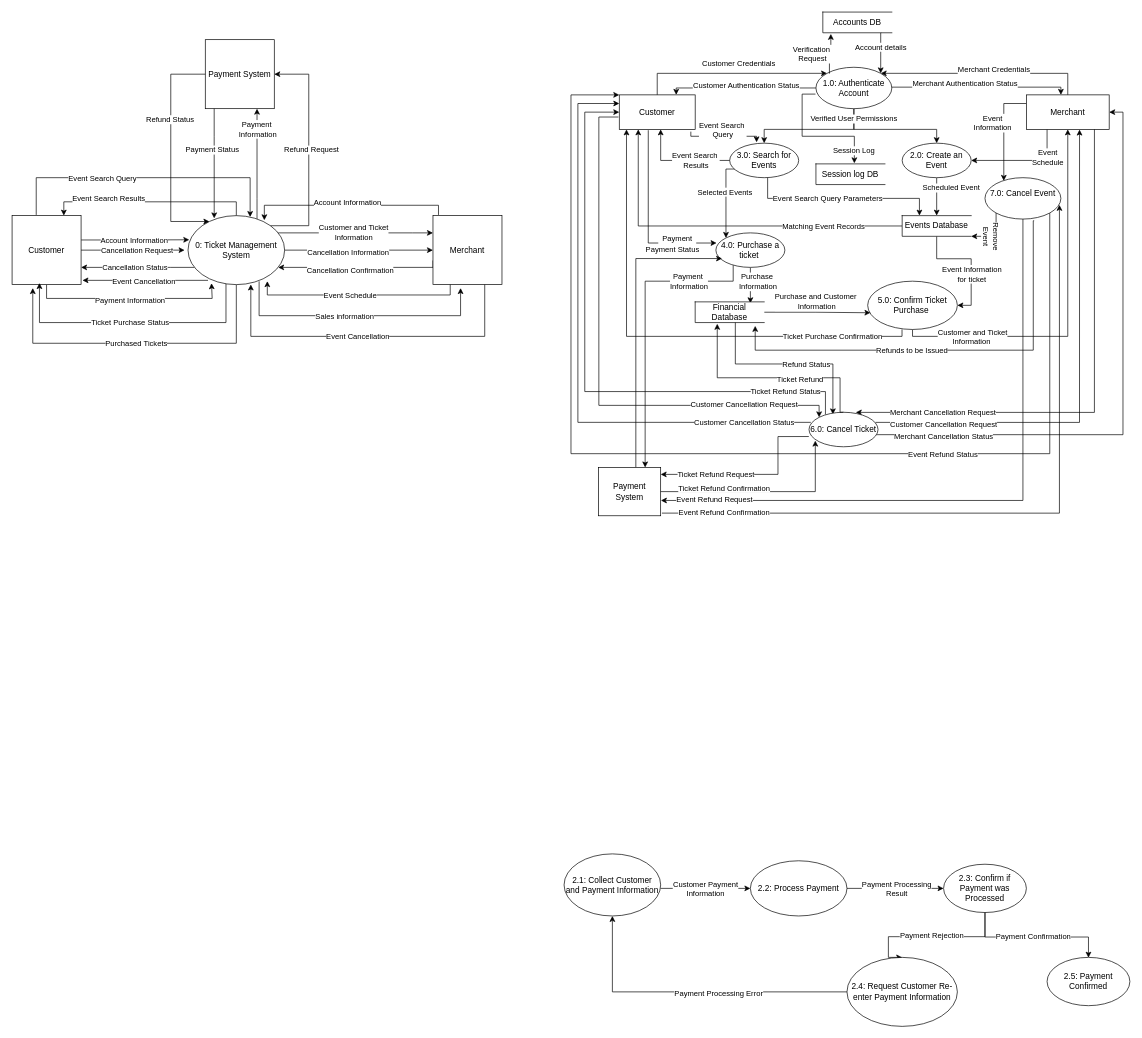
Earlier version of the draw.io diagram ITEC 630 DFD Ticket Mangement System .drawio (SteveWChang/UMGC-ITEC--630-Ticketing-System-Modeling-and-Analysis). Source tidied: cells renumbered, new cells numbered last; positions are measured from the earlier drawing's top-left corner, leaving out a move shared by most shapes. Both pictures are drawn from the tidied source at 69%, with x=0, y=0 at pixel (12, 12).
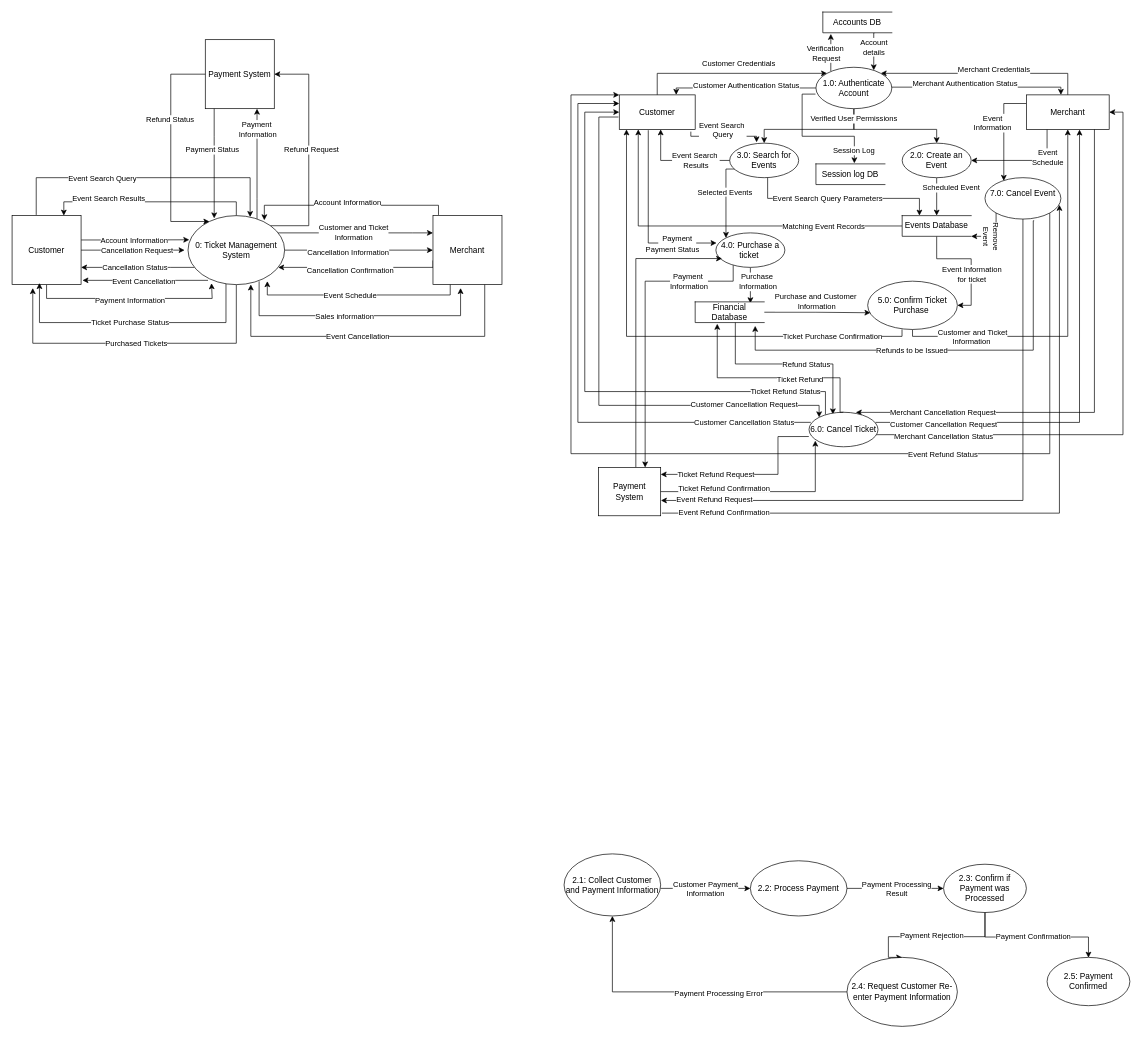
After the change.

The change refers to these unchanged cells:
```xml
<mxCell id="111" value="1.0: Authenticate Account" style="shape=ellipse;html=1;dashed=0;whiteSpace=wrap;perimeter=ellipsePerimeter;" parent="1" vertex="1">
  <mxGeometry x="1165" y="80" width="110" height="60" as="geometry" />
</mxCell>
<mxCell id="121" value="Accounts DB" style="html=1;dashed=0;whiteSpace=wrap;shape=partialRectangle;right=0;" parent="1" vertex="1">
  <mxGeometry x="1175" width="100" height="30" as="geometry" />
</mxCell>
```

The edit, as a diff of the source:
```diff
@@
-    <mxCell id="114" style="edgeStyle=orthogonalEdgeStyle;rounded=0;jettySize=auto;html=1;entryX=1;entryY=0;entryDx=0;entryDy=0;exitX=0.853;exitY=0.985;exitDx=0;exitDy=0;exitPerimeter=0;" parent="1" edge="1" source="121" target="111">
+    <mxCell id="114" style="edgeStyle=orthogonalEdgeStyle;rounded=0;jettySize=auto;html=1;entryX=0.762;entryY=0.073;entryDx=0;entryDy=0;exitX=0.75;exitY=1;exitDx=0;exitDy=0;entryPerimeter=0;" parent="1" edge="1" source="121" target="111">
       <mxGeometry x="0.09" relative="1" as="geometry">
         <Array as="points">
-          <mxPoint x="1258.9" y="29.6" />
+          <mxPoint x="1248.8" y="30" />
         </Array>
       </mxGeometry>
     </mxCell>
-    <mxCell id="115" value="Account details" style="edgeLabel;html=1;align=center;verticalAlign=middle;" parent="114" vertex="1">
-      <mxGeometry x="-0.29" relative="1" as="geometry" />
+    <mxCell id="115" value="&lt;div&gt;Account&lt;/div&gt;&lt;div&gt;details&lt;/div&gt;" style="edgeLabel;html=1;align=center;verticalAlign=middle;" parent="114" vertex="1">
+      <mxGeometry x="-0.21" relative="1" as="geometry" />
     </mxCell>
-    <mxCell id="116" style="edgeStyle=orthogonalEdgeStyle;rounded=0;jettySize=auto;html=1;entryX=0.116;entryY=1.054;entryDx=0;entryDy=0;exitX=0.178;exitY=0.153;exitDx=0;exitDy=0;exitPerimeter=0;entryPerimeter=0;" parent="1" edge="1" source="111" target="121">
+    <mxCell id="116" style="edgeStyle=orthogonalEdgeStyle;rounded=0;jettySize=auto;html=1;entryX=0.116;entryY=1.054;entryDx=0;entryDy=0;exitX=0.196;exitY=0.091;exitDx=0;exitDy=0;exitPerimeter=0;entryPerimeter=0;" parent="1" edge="1" source="111" target="121">
       <mxGeometry x="-0.13" relative="1" as="geometry" />
     </mxCell>
     <mxCell id="117" value="&lt;div&gt;Verification&amp;nbsp;&lt;/div&gt;&lt;div&gt;Request&lt;/div&gt;" style="edgeLabel;html=1;align=center;verticalAlign=middle;" parent="116" vertex="1">
       <mxGeometry x="0.01" y="1" relative="1" as="geometry">
-        <mxPoint x="-24" y="1" as="offset" />
+        <mxPoint x="-6" y="1" as="offset" />
       </mxGeometry>
     </mxCell>
```
